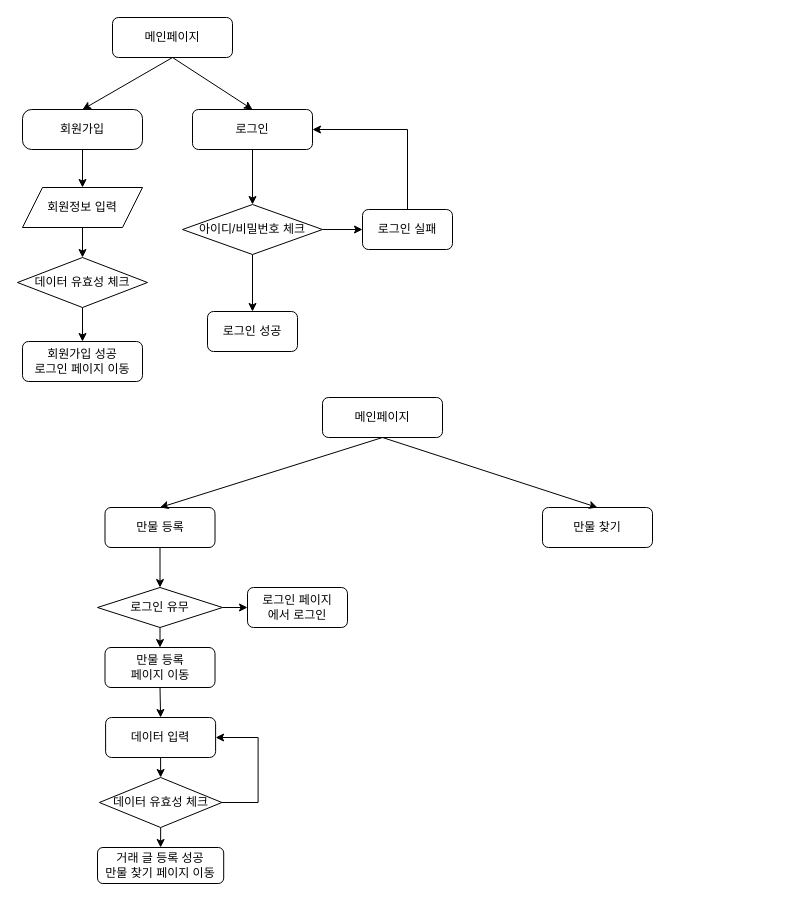
Above: Untitled Diagram.drawio in HeaJunjju/test (draw.io), before the change. Source tidied: cells renumbered, new cells numbered last; positions are measured from the earlier drawing's top-left corner, leaving out a move shared by most shapes. Both pictures are drawn from the tidied source at 100%, with x=0, y=0 at pixel (17, 17).
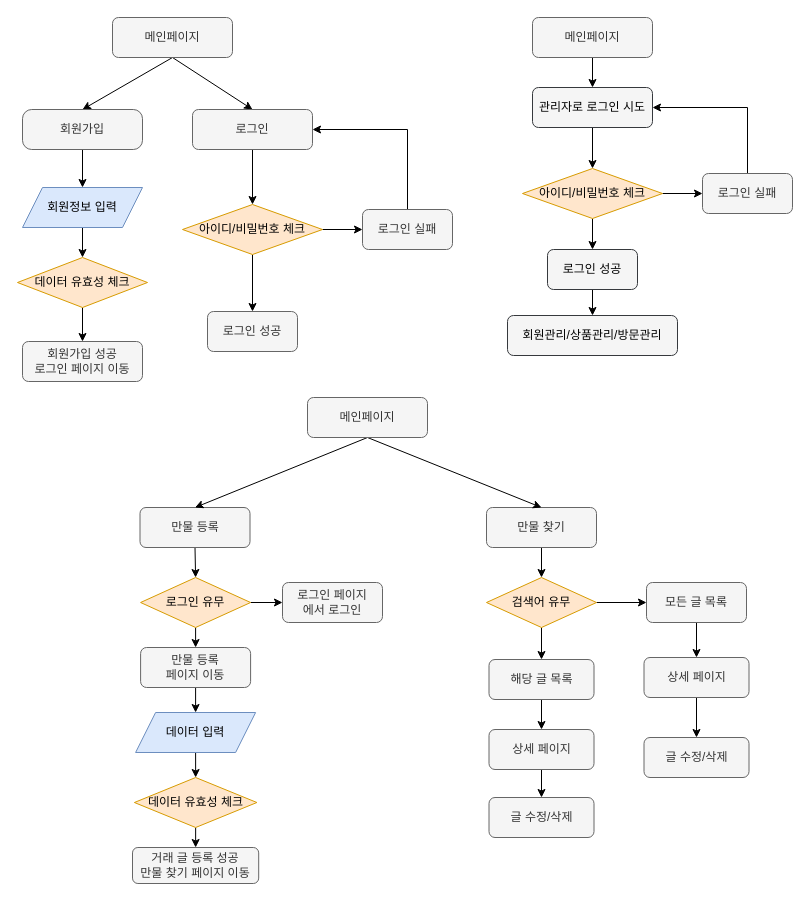
Above is the later version.

Diff of the diagram source:
```diff
@@
-    <mxCell id="4" value="메인페이지" style="rounded=1;whiteSpace=wrap;html=1;fontSize=12;glass=0;strokeWidth=1;shadow=0;" parent="1" vertex="1">
+    <mxCell id="4" value="메인페이지" style="rounded=1;whiteSpace=wrap;html=1;fontSize=12;glass=0;strokeWidth=1;shadow=0;fillColor=#f5f5f5;strokeColor=#666666;fontColor=#333333;" parent="1" vertex="1">
       <mxGeometry x="95" width="120" height="40" as="geometry" />
     </mxCell>
@@
-    <mxCell id="6" value="회원가입" style="rounded=1;whiteSpace=wrap;html=1;arcSize=23;" parent="1" vertex="1">
+    <mxCell id="6" value="회원가입" style="rounded=1;whiteSpace=wrap;html=1;arcSize=23;fillColor=#f5f5f5;strokeColor=#666666;fontColor=#333333;" parent="1" vertex="1">
       <mxGeometry x="5" y="92" width="120" height="40" as="geometry" />
     </mxCell>
@@
-    <mxCell id="8" value="로그인" style="rounded=1;whiteSpace=wrap;html=1;" parent="1" vertex="1">
+    <mxCell id="8" value="로그인" style="rounded=1;whiteSpace=wrap;html=1;fillColor=#f5f5f5;strokeColor=#666666;fontColor=#333333;" parent="1" vertex="1">
       <mxGeometry x="175" y="92" width="120" height="40" as="geometry" />
     </mxCell>
@@
-    <mxCell id="11" value="아이디/비밀번호 체크" style="rhombus;whiteSpace=wrap;html=1;" parent="1" vertex="1">
+    <mxCell id="11" value="아이디/비밀번호 체크" style="rhombus;whiteSpace=wrap;html=1;fillColor=#ffe6cc;strokeColor=#d79b00;" parent="1" vertex="1">
       <mxGeometry x="165" y="187" width="140" height="50" as="geometry" />
     </mxCell>
-    <mxCell id="12" value="로그인 성공" style="rounded=1;whiteSpace=wrap;html=1;" parent="1" vertex="1">
+    <mxCell id="12" value="로그인 성공" style="rounded=1;whiteSpace=wrap;html=1;fillColor=#f5f5f5;strokeColor=#666666;fontColor=#333333;" parent="1" vertex="1">
       <mxGeometry x="190" y="294" width="90" height="40" as="geometry" />
     </mxCell>
@@
-    <mxCell id="14" value="로그인 실패" style="rounded=1;whiteSpace=wrap;html=1;" parent="1" vertex="1">
+    <mxCell id="14" value="로그인 실패" style="rounded=1;whiteSpace=wrap;html=1;fillColor=#f5f5f5;strokeColor=#666666;fontColor=#333333;" parent="1" vertex="1">
       <mxGeometry x="345" y="192" width="90" height="40" as="geometry" />
     </mxCell>
@@
-    <mxCell id="16" value="회원정보 입력" style="shape=parallelogram;perimeter=parallelogramPerimeter;whiteSpace=wrap;html=1;fixedSize=1;" parent="1" vertex="1">
+    <mxCell id="16" value="회원정보 입력" style="shape=parallelogram;perimeter=parallelogramPerimeter;whiteSpace=wrap;html=1;fixedSize=1;fillColor=#dae8fc;strokeColor=#6c8ebf;" parent="1" vertex="1">
       <mxGeometry x="5" y="170" width="120" height="40" as="geometry" />
     </mxCell>
@@
-    <mxCell id="18" value="데이터 유효성 체크" style="rhombus;whiteSpace=wrap;html=1;" parent="1" vertex="1">
+    <mxCell id="18" value="데이터 유효성 체크" style="rhombus;whiteSpace=wrap;html=1;fillColor=#ffe6cc;strokeColor=#d79b00;" parent="1" vertex="1">
       <mxGeometry y="240" width="130" height="50" as="geometry" />
     </mxCell>
-    <mxCell id="19" value="회원가입 성공&lt;br&gt;로그인 페이지 이동" style="rounded=1;whiteSpace=wrap;html=1;" parent="1" vertex="1">
+    <mxCell id="19" value="회원가입 성공&lt;br&gt;로그인 페이지 이동" style="rounded=1;whiteSpace=wrap;html=1;fillColor=#f5f5f5;strokeColor=#666666;fontColor=#333333;" parent="1" vertex="1">
       <mxGeometry x="5" y="324" width="120" height="40" as="geometry" />
     </mxCell>
@@
-    <mxCell id="21" value="만물 등록" style="rounded=1;whiteSpace=wrap;html=1;" parent="1" vertex="1">
-      <mxGeometry x="87.5" y="490" width="110" height="40" as="geometry" />
+    <mxCell id="21" value="만물 등록" style="rounded=1;whiteSpace=wrap;html=1;fillColor=#f5f5f5;strokeColor=#666666;fontColor=#333333;" parent="1" vertex="1">
+      <mxGeometry x="122.5" y="490" width="110" height="40" as="geometry" />
     </mxCell>
+    <mxCell id="38" style="edgeStyle=none;rounded=0;jettySize=auto;html=1;exitX=0.5;exitY=1;exitDx=0;exitDy=0;" parent="1" edge="1" source="22" target="41">
+      <mxGeometry relative="1" as="geometry" />
+    </mxCell>
-    <mxCell id="22" value="만물 찾기" style="rounded=1;whiteSpace=wrap;html=1;" parent="1" vertex="1">
-      <mxGeometry x="525" y="490" width="110" height="40" as="geometry" />
+    <mxCell id="22" value="만물 찾기" style="rounded=1;whiteSpace=wrap;html=1;fillColor=#f5f5f5;strokeColor=#666666;fontColor=#333333;" parent="1" vertex="1">
+      <mxGeometry x="469" y="490" width="110" height="40" as="geometry" />
     </mxCell>
@@
-    <mxCell id="25" value="메인페이지" style="rounded=1;whiteSpace=wrap;html=1;fontSize=12;glass=0;strokeWidth=1;shadow=0;" parent="1" vertex="1">
-      <mxGeometry x="305" y="380" width="120" height="40" as="geometry" />
+    <mxCell id="25" value="메인페이지" style="rounded=1;whiteSpace=wrap;html=1;fontSize=12;glass=0;strokeWidth=1;shadow=0;fillColor=#f5f5f5;strokeColor=#666666;fontColor=#333333;" parent="1" vertex="1">
+      <mxGeometry x="290" y="380" width="120" height="40" as="geometry" />
     </mxCell>
@@
-    <mxCell id="28" value="로그인 유무" style="rhombus;whiteSpace=wrap;html=1;" parent="1" vertex="1">
-      <mxGeometry x="80" y="570" width="125" height="40" as="geometry" />
+    <mxCell id="28" value="로그인 유무" style="rhombus;whiteSpace=wrap;html=1;fillColor=#ffe6cc;strokeColor=#d79b00;" parent="1" vertex="1">
+      <mxGeometry x="123.1" y="560" width="110" height="50" as="geometry" />
     </mxCell>
-    <mxCell id="29" style="edgeStyle=none;rounded=0;jettySize=auto;html=1;exitX=0.5;exitY=1;exitDx=0;exitDy=0;entryX=0.5;entryY=0;entryDx=0;entryDy=0;" parent="1" edge="1" source="30" target="37">
+    <mxCell id="29" style="edgeStyle=none;rounded=0;jettySize=auto;html=1;exitX=0.5;exitY=1;exitDx=0;exitDy=0;" parent="1" edge="1" source="30" target="37">
       <mxGeometry relative="1" as="geometry" />
     </mxCell>
-    <mxCell id="30" value="만물 등록 &lt;br&gt;페이지 이동" style="rounded=1;whiteSpace=wrap;html=1;" parent="1" vertex="1">
-      <mxGeometry x="87.5" y="630" width="110" height="40" as="geometry" />
+    <mxCell id="30" value="만물 등록 &lt;br&gt;페이지 이동" style="rounded=1;whiteSpace=wrap;html=1;fillColor=#f5f5f5;strokeColor=#666666;fontColor=#333333;" parent="1" vertex="1">
+      <mxGeometry x="123.1" y="630" width="110" height="40" as="geometry" />
     </mxCell>
-    <mxCell id="31" value="로그인 페이지&lt;br&gt;에서 로그인" style="rounded=1;whiteSpace=wrap;html=1;" parent="1" vertex="1">
-      <mxGeometry x="230" y="570" width="100" height="40" as="geometry" />
+    <mxCell id="31" value="로그인 페이지&lt;br&gt;에서 로그인" style="rounded=1;whiteSpace=wrap;html=1;fillColor=#f5f5f5;strokeColor=#666666;fontColor=#333333;" parent="1" vertex="1">
+      <mxGeometry x="265" y="565" width="100" height="40" as="geometry" />
     </mxCell>
@@
-    <mxCell id="33" style="edgeStyle=none;rounded=0;jettySize=auto;html=1;exitX=1;exitY=0.5;exitDx=0;exitDy=0;entryX=1;entryY=0.5;entryDx=0;entryDy=0;" parent="1" edge="1" source="34" target="37">
-      <mxGeometry relative="1" as="geometry">
-        <Array as="points">
-          <mxPoint x="240.6" y="785" />
-          <mxPoint x="240.6" y="720" />
-        </Array>
-      </mxGeometry>
-    </mxCell>
-    <mxCell id="34" value="데이터 유효성 체크" style="rhombus;whiteSpace=wrap;html=1;" parent="1" vertex="1">
-      <mxGeometry x="81.9" y="760" width="122.5" height="50" as="geometry" />
+    <mxCell id="34" value="데이터 유효성 체크" style="rhombus;whiteSpace=wrap;html=1;fillColor=#ffe6cc;strokeColor=#d79b00;" parent="1" vertex="1">
+      <mxGeometry x="116.9" y="760" width="122.5" height="50" as="geometry" />
     </mxCell>
-    <mxCell id="35" value="거래 글 등록 성공&lt;br&gt;만물 찾기 페이지 이동" style="rounded=1;whiteSpace=wrap;html=1;" parent="1" vertex="1">
-      <mxGeometry x="80" y="830" width="126.2" height="36" as="geometry" />
+    <mxCell id="35" value="거래 글 등록 성공&lt;br&gt;만물 찾기 페이지 이동" style="rounded=1;whiteSpace=wrap;html=1;fillColor=#f5f5f5;strokeColor=#666666;fontColor=#333333;" parent="1" vertex="1">
+      <mxGeometry x="115" y="830" width="126.2" height="36" as="geometry" />
     </mxCell>
+    <mxCell id="39" style="edgeStyle=none;rounded=0;jettySize=auto;html=1;exitX=0.5;exitY=1;exitDx=0;exitDy=0;" parent="1" edge="1" source="41" target="43">
+      <mxGeometry relative="1" as="geometry" />
+    </mxCell>
+    <mxCell id="40" style="edgeStyle=none;rounded=0;jettySize=auto;html=1;exitX=1;exitY=0.5;exitDx=0;exitDy=0;entryX=0;entryY=0.5;entryDx=0;entryDy=0;" parent="1" edge="1" source="41" target="45">
+      <mxGeometry relative="1" as="geometry" />
+    </mxCell>
+    <mxCell id="41" value="검색어 유무" style="rhombus;whiteSpace=wrap;html=1;fillColor=#ffe6cc;strokeColor=#d79b00;" parent="1" vertex="1">
+      <mxGeometry x="469" y="560" width="110" height="50" as="geometry" />
+    </mxCell>
+    <mxCell id="42" style="edgeStyle=none;rounded=0;jettySize=auto;html=1;exitX=0.5;exitY=1;exitDx=0;exitDy=0;entryX=0.5;entryY=0;entryDx=0;entryDy=0;" parent="1" edge="1" source="43" target="47">
+      <mxGeometry relative="1" as="geometry" />
+    </mxCell>
+    <mxCell id="43" value="해당 글 목록" style="rounded=1;whiteSpace=wrap;html=1;fillColor=#f5f5f5;strokeColor=#666666;fontColor=#333333;" parent="1" vertex="1">
+      <mxGeometry x="471.5" y="642" width="105" height="40" as="geometry" />
+    </mxCell>
+    <mxCell id="44" style="edgeStyle=none;rounded=0;jettySize=auto;html=1;exitX=0.5;exitY=1;exitDx=0;exitDy=0;entryX=0.5;entryY=0;entryDx=0;entryDy=0;" parent="1" edge="1" source="45" target="49">
+      <mxGeometry relative="1" as="geometry" />
+    </mxCell>
+    <mxCell id="45" value="모든 글 목록" style="rounded=1;whiteSpace=wrap;html=1;fillColor=#f5f5f5;strokeColor=#666666;fontColor=#333333;" parent="1" vertex="1">
+      <mxGeometry x="629" y="565" width="100" height="40" as="geometry" />
+    </mxCell>
+    <mxCell id="46" style="edgeStyle=none;rounded=0;jettySize=auto;html=1;exitX=0.5;exitY=1;exitDx=0;exitDy=0;entryX=0.5;entryY=0;entryDx=0;entryDy=0;" parent="1" edge="1" source="47" target="50">
+      <mxGeometry relative="1" as="geometry" />
+    </mxCell>
+    <mxCell id="47" value="상세 페이지" style="rounded=1;whiteSpace=wrap;html=1;fillColor=#f5f5f5;strokeColor=#666666;fontColor=#333333;" parent="1" vertex="1">
+      <mxGeometry x="471.5" y="712" width="105" height="40" as="geometry" />
+    </mxCell>
+    <mxCell id="48" style="edgeStyle=none;rounded=0;jettySize=auto;html=1;exitX=0.5;exitY=1;exitDx=0;exitDy=0;entryX=0.5;entryY=0;entryDx=0;entryDy=0;" parent="1" edge="1" source="49" target="51">
+      <mxGeometry relative="1" as="geometry" />
+    </mxCell>
+    <mxCell id="49" value="상세 페이지" style="rounded=1;whiteSpace=wrap;html=1;fillColor=#f5f5f5;strokeColor=#666666;fontColor=#333333;" parent="1" vertex="1">
+      <mxGeometry x="626.5" y="640" width="105" height="40" as="geometry" />
+    </mxCell>
+    <mxCell id="50" value="글 수정/삭제" style="rounded=1;whiteSpace=wrap;html=1;fillColor=#f5f5f5;strokeColor=#666666;fontColor=#333333;" parent="1" vertex="1">
+      <mxGeometry x="471.5" y="780" width="105" height="40" as="geometry" />
+    </mxCell>
+    <mxCell id="51" value="글 수정/삭제" style="rounded=1;whiteSpace=wrap;html=1;fillColor=#f5f5f5;strokeColor=#666666;fontColor=#333333;" parent="1" vertex="1">
+      <mxGeometry x="626.5" y="720" width="105" height="40" as="geometry" />
+    </mxCell>
@@
-    <mxCell id="37" value="데이터 입력" style="rounded=1;whiteSpace=wrap;html=1;" parent="1" vertex="1">
-      <mxGeometry x="88.1" y="700" width="110" height="40" as="geometry" />
+    <mxCell id="37" value="데이터 입력" style="shape=parallelogram;perimeter=parallelogramPerimeter;whiteSpace=wrap;html=1;fixedSize=1;fillColor=#dae8fc;strokeColor=#6c8ebf;" parent="1" vertex="1">
+      <mxGeometry x="118.1" y="695" width="120" height="40" as="geometry" />
     </mxCell>
+    <mxCell id="52" style="edgeStyle=none;rounded=0;jettySize=auto;html=1;exitX=0.5;exitY=1;exitDx=0;exitDy=0;entryX=0.5;entryY=0;entryDx=0;entryDy=0;" parent="1" edge="1" source="53" target="55">
+      <mxGeometry relative="1" as="geometry" />
+    </mxCell>
+    <mxCell id="53" value="메인페이지" style="rounded=1;whiteSpace=wrap;html=1;fontSize=12;glass=0;strokeWidth=1;shadow=0;fillColor=#f5f5f5;strokeColor=#666666;fontColor=#333333;" parent="1" vertex="1">
+      <mxGeometry x="515" width="120" height="40" as="geometry" />
+    </mxCell>
+    <mxCell id="54" style="edgeStyle=none;rounded=0;jettySize=auto;html=1;entryX=0.5;entryY=0;entryDx=0;entryDy=0;" parent="1" edge="1" source="55" target="58">
+      <mxGeometry relative="1" as="geometry" />
+    </mxCell>
+    <mxCell id="55" value="관리자로 로그인 시도" style="rounded=1;whiteSpace=wrap;html=1;strokeColor=#36393d;fillColor=#F5F5F5;" parent="1" vertex="1">
+      <mxGeometry x="515" y="70" width="120" height="40" as="geometry" />
+    </mxCell>
+    <mxCell id="56" style="edgeStyle=none;rounded=0;jettySize=auto;html=1;exitX=0.5;exitY=1;exitDx=0;exitDy=0;entryX=0.5;entryY=0;entryDx=0;entryDy=0;" parent="1" edge="1" source="58" target="60">
+      <mxGeometry relative="1" as="geometry" />
+    </mxCell>
+    <mxCell id="57" style="edgeStyle=none;rounded=0;jettySize=auto;html=1;exitX=1;exitY=0.5;exitDx=0;exitDy=0;entryX=0;entryY=0.5;entryDx=0;entryDy=0;" parent="1" edge="1" source="58" target="62">
+      <mxGeometry relative="1" as="geometry" />
+    </mxCell>
+    <mxCell id="58" value="아이디/비밀번호 체크" style="rhombus;whiteSpace=wrap;html=1;fillColor=#ffe6cc;strokeColor=#d79b00;" parent="1" vertex="1">
+      <mxGeometry x="505" y="151" width="140" height="50" as="geometry" />
+    </mxCell>
+    <mxCell id="59" style="edgeStyle=none;rounded=0;jettySize=auto;html=1;exitX=0.5;exitY=1;exitDx=0;exitDy=0;entryX=0.5;entryY=0;entryDx=0;entryDy=0;" parent="1" edge="1" source="60" target="63">
+      <mxGeometry relative="1" as="geometry" />
+    </mxCell>
+    <mxCell id="60" value="로그인 성공" style="rounded=1;whiteSpace=wrap;html=1;strokeColor=#36393d;fillColor=#F5F5F5;" parent="1" vertex="1">
+      <mxGeometry x="530" y="232" width="90" height="40" as="geometry" />
+    </mxCell>
+    <mxCell id="61" style="edgeStyle=none;rounded=0;jettySize=auto;html=1;exitX=0.5;exitY=0;exitDx=0;exitDy=0;entryX=1;entryY=0.5;entryDx=0;entryDy=0;" parent="1" edge="1" source="62" target="55">
+      <mxGeometry relative="1" as="geometry">
+        <Array as="points">
+          <mxPoint x="730" y="90" />
+        </Array>
+      </mxGeometry>
+    </mxCell>
+    <mxCell id="62" value="로그인 실패" style="rounded=1;whiteSpace=wrap;html=1;fillColor=#f5f5f5;strokeColor=#666666;fontColor=#333333;" parent="1" vertex="1">
+      <mxGeometry x="685" y="156" width="90" height="40" as="geometry" />
+    </mxCell>
+    <mxCell id="63" value="회원관리/상품관리/방문관리" style="rounded=1;whiteSpace=wrap;html=1;strokeColor=#36393d;fillColor=#F5F5F5;" parent="1" vertex="1">
+      <mxGeometry x="490" y="298" width="170" height="40" as="geometry" />
+    </mxCell>
```
